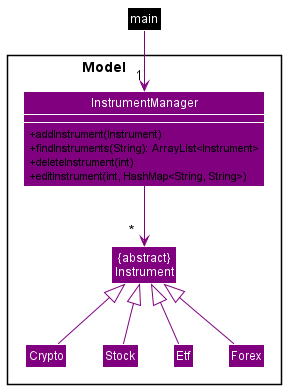
Before: docs/images/ModelDiagram.png, a diagram exported from PlantUML (williamlamjy/mTracker).
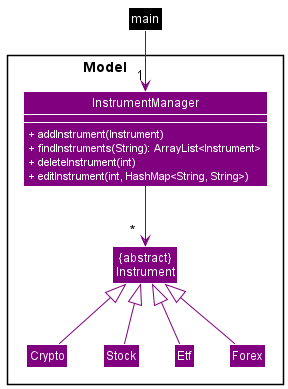
The same file after the commit.

Commit message:
Change font colour

Diff of the diagram source:
```diff
@@ -4,10 +4,10 @@
 Package "Model                    "  <<Rectangle>>{
      Class "{abstract}\nInstrument" as Instrument COLOR_MODEL
      Class InstrumentManager COLOR_MODEL {
-        + addInstrument(Instrument)
-        + findInstruments(String): ArrayList<Instrument>
-        + deleteInstrument(int)
-        + editInstrument(int, HashMap<String, String>)
+        <color:WHITE>+ addInstrument(Instrument)</color>
+        <color:WHITE>+ findInstruments(String): ArrayList<Instrument></color>
+        <color:WHITE>+ deleteInstrument(int)</color>
+        <color:WHITE>+ editInstrument(int, HashMap<String, String>)</color>
      }
      Class Crypto COLOR_MODEL
      Class Stock COLOR_MODEL
```
